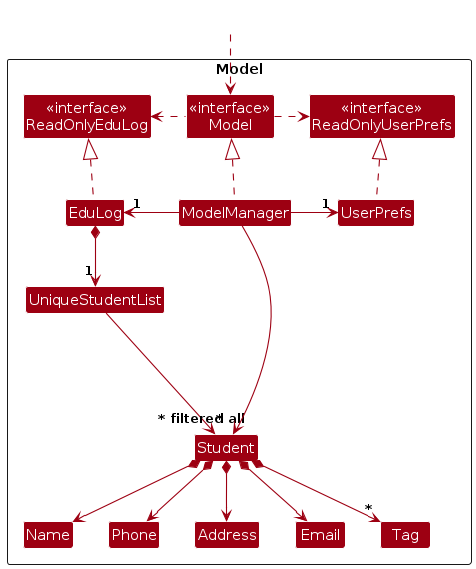
This is diagrams/ModelClassDiagram.png from Timenikhil/tp, a PlantUML export, as it was before one commit. Its source is kept beside it as diagrams/ModelClassDiagram.puml. The source it was exported from:
```plantuml
@startuml
!include style.puml
skinparam arrowThickness 1.1
skinparam arrowColor MODEL_COLOR
skinparam classBackgroundColor MODEL_COLOR

Package Model as ModelPackage <<Rectangle>>{
Class "<<interface>>\nReadOnlyEduLog" as ReadOnlyEduLog
Class "<<interface>>\nReadOnlyUserPrefs" as ReadOnlyUserPrefs
Class "<<interface>>\nModel" as Model
Class EduLog
Class ModelManager
Class UserPrefs

Class UniqueStudentList
Class Student
Class Address
Class Email
Class Name
Class Phone
Class Tag

Class I #FFFFFF
}

Class HiddenOutside #FFFFFF
HiddenOutside ..> Model

EduLog .up.|> ReadOnlyEduLog

ModelManager .up.|> Model
Model .right.> ReadOnlyUserPrefs
Model .left.> ReadOnlyEduLog
ModelManager -left-> "1" EduLog
ModelManager -right-> "1" UserPrefs
UserPrefs .up.|> ReadOnlyUserPrefs

EduLog *--> "1" UniqueStudentList
UniqueStudentList --> "~* all" Student
Student *--> Name
Student *--> Phone
Student *--> Email
Student *--> Address
Student *--> "*" Tag

Student -[hidden]up--> I
UniqueStudentList -[hidden]right-> I

Name -[hidden]right-> Phone
Phone -[hidden]right-> Address
Address -[hidden]right-> Email

ModelManager --> "~* filtered" Student
@enduml
```
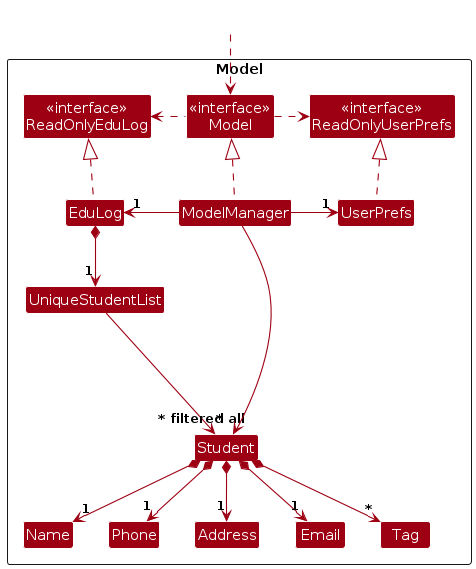
Above is the later version.

The edit, as a diff of the source:
```diff
@@ -37,10 +37,10 @@
 
 EduLog *--> "1" UniqueStudentList
 UniqueStudentList --> "~* all" Student
-Student *--> Name
-Student *--> Phone
-Student *--> Email
-Student *--> Address
+Student *--> "1" Name
+Student *--> "1" Phone
+Student *--> "1" Email
+Student *--> "1" Address
 Student *--> "*" Tag
 
 Student -[hidden]up--> I
```
